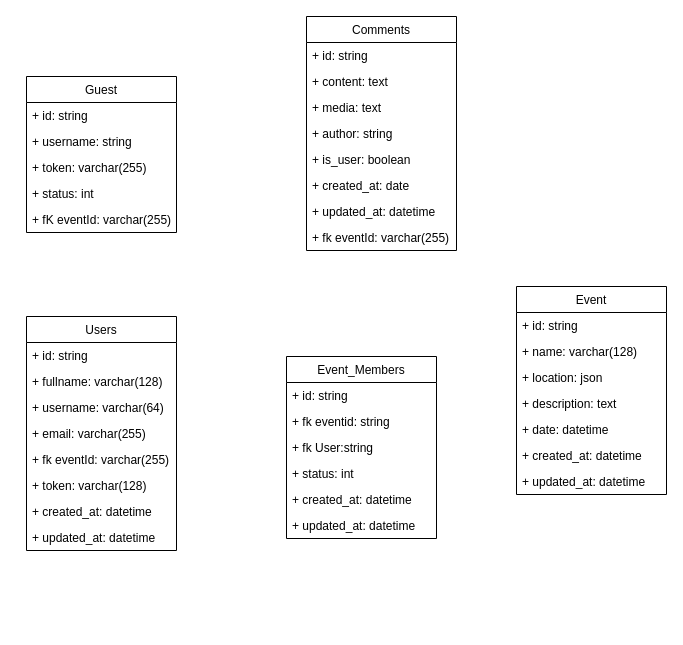
This is mcd.drawio from sebastienklaus/reunionou, a draw.io file, before an edit. Source tidied: cells renumbered, new cells numbered last; positions are measured from the earlier drawing's top-left corner, leaving out a move shared by most shapes. Both pictures are drawn from the tidied source at 100%, with x=0, y=0 at pixel (26, 16).
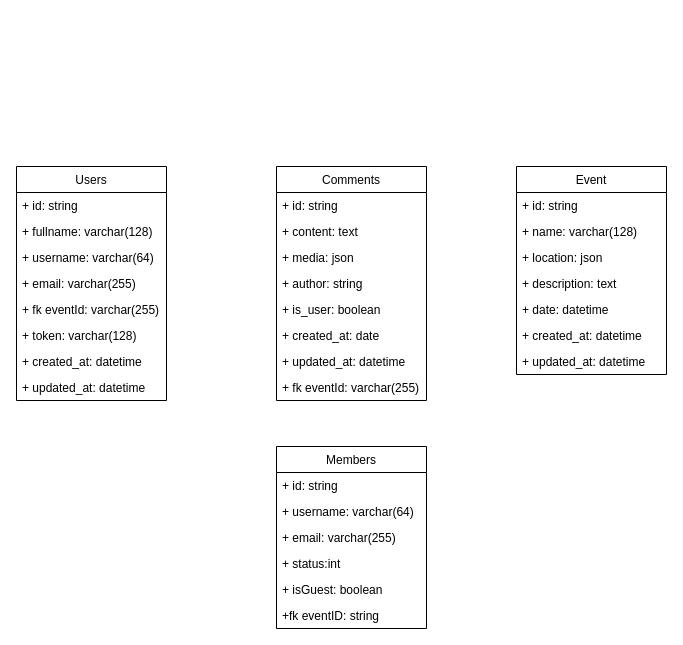
The same page after the edit.

What changed in the source:
```diff
@@
-    <mxCell id="2" value="Guest" style="swimlane;fontStyle=0;horizontal=1;startSize=26;fillColor=none;" parent="1" vertex="1">
-      <mxGeometry y="60" width="150" height="156" as="geometry" />
-    </mxCell>
-    <mxCell id="3" value="+ id: string" style="text;strokeColor=none;fillColor=none;align=left;verticalAlign=top;spacingLeft=4;spacingRight=4;overflow=hidden;" parent="2" vertex="1">
-      <mxGeometry y="26" width="150" height="26" as="geometry" />
-    </mxCell>
-    <mxCell id="4" value="+ username: string" style="text;strokeColor=none;fillColor=none;align=left;verticalAlign=top;spacingLeft=4;spacingRight=4;overflow=hidden;" parent="2" vertex="1">
-      <mxGeometry y="52" width="150" height="26" as="geometry" />
-    </mxCell>
-    <mxCell id="5" value="+ token: varchar(255)" style="text;strokeColor=none;fillColor=none;align=left;verticalAlign=top;spacingLeft=4;spacingRight=4;overflow=hidden;" parent="2" vertex="1">
-      <mxGeometry y="78" width="150" height="26" as="geometry" />
-    </mxCell>
-    <mxCell id="6" value="+ status: int" style="text;strokeColor=none;fillColor=none;align=left;verticalAlign=top;spacingLeft=4;spacingRight=4;overflow=hidden;" parent="2" vertex="1">
-      <mxGeometry y="104" width="150" height="26" as="geometry" />
-    </mxCell>
-    <mxCell id="7" value="+ fK eventId: varchar(255)" style="text;strokeColor=none;fillColor=none;align=left;verticalAlign=top;spacingLeft=4;spacingRight=4;overflow=hidden;" parent="2" vertex="1">
-      <mxGeometry y="130" width="150" height="26" as="geometry" />
-    </mxCell>
     <mxCell id="8" value="Comments" style="swimlane;fontStyle=0;horizontal=1;startSize=26;fillColor=none;" parent="1" vertex="1">
-      <mxGeometry x="280" width="150" height="234" as="geometry" />
+      <mxGeometry x="250" y="150" width="150" height="234" as="geometry" />
     </mxCell>
@@
-    <mxCell id="11" value="+ media: text" style="text;strokeColor=none;fillColor=none;align=left;verticalAlign=top;spacingLeft=4;spacingRight=4;overflow=hidden;" parent="8" vertex="1">
+    <mxCell id="11" value="+ media: json" style="text;strokeColor=none;fillColor=none;align=left;verticalAlign=top;spacingLeft=4;spacingRight=4;overflow=hidden;" parent="8" vertex="1">
       <mxGeometry y="78" width="150" height="26" as="geometry" />
     </mxCell>
@@
     <mxCell id="17" value="Users" style="swimlane;fontStyle=0;horizontal=1;startSize=26;fillColor=none;" parent="1" vertex="1">
-      <mxGeometry y="300" width="150" height="234" as="geometry" />
+      <mxGeometry x="-10" y="150" width="150" height="234" as="geometry" />
     </mxCell>
@@
-    <mxCell id="26" value="Event_Members" style="swimlane;fontStyle=0;horizontal=1;startSize=26;fillColor=none;" parent="1" vertex="1">
-      <mxGeometry x="260" y="340" width="150" height="182" as="geometry" />
-    </mxCell>
-    <mxCell id="27" value="+ id: string" style="text;strokeColor=none;fillColor=none;align=left;verticalAlign=top;spacingLeft=4;spacingRight=4;overflow=hidden;" parent="26" vertex="1">
-      <mxGeometry y="26" width="150" height="26" as="geometry" />
-    </mxCell>
-    <mxCell id="28" value="+ fk eventid: string" style="text;strokeColor=none;fillColor=none;align=left;verticalAlign=top;spacingLeft=4;spacingRight=4;overflow=hidden;" parent="26" vertex="1">
-      <mxGeometry y="52" width="150" height="26" as="geometry" />
-    </mxCell>
-    <mxCell id="29" value="+ fk User:string" style="text;strokeColor=none;fillColor=none;align=left;verticalAlign=top;spacingLeft=4;spacingRight=4;overflow=hidden;" parent="26" vertex="1">
-      <mxGeometry y="78" width="150" height="26" as="geometry" />
-    </mxCell>
-    <mxCell id="30" value="+ status: int" style="text;strokeColor=none;fillColor=none;align=left;verticalAlign=top;spacingLeft=4;spacingRight=4;overflow=hidden;" parent="26" vertex="1">
-      <mxGeometry y="104" width="150" height="26" as="geometry" />
-    </mxCell>
-    <mxCell id="31" value="+ created_at: datetime" style="text;strokeColor=none;fillColor=none;align=left;verticalAlign=top;spacingLeft=4;spacingRight=4;overflow=hidden;" parent="26" vertex="1">
-      <mxGeometry y="130" width="150" height="26" as="geometry" />
-    </mxCell>
-    <mxCell id="32" value="+ updated_at: datetime" style="text;strokeColor=none;fillColor=none;align=left;verticalAlign=top;spacingLeft=4;spacingRight=4;overflow=hidden;" parent="26" vertex="1">
-      <mxGeometry y="156" width="150" height="26" as="geometry" />
-    </mxCell>
     <mxCell id="33" value="Event" style="swimlane;fontStyle=0;horizontal=1;startSize=26;fillColor=none;" parent="1" vertex="1">
-      <mxGeometry x="490" y="270" width="150" height="208" as="geometry" />
+      <mxGeometry x="490" y="150" width="150" height="208" as="geometry" />
     </mxCell>
@@
+    <mxCell id="41" value="Members" style="swimlane;fontStyle=0;horizontal=1;startSize=26;fillColor=none;" parent="1" vertex="1">
+      <mxGeometry x="250" y="430" width="150" height="182" as="geometry" />
+    </mxCell>
+    <mxCell id="42" value="+ id: string" style="text;strokeColor=none;fillColor=none;align=left;verticalAlign=top;spacingLeft=4;spacingRight=4;overflow=hidden;" parent="41" vertex="1">
+      <mxGeometry y="26" width="150" height="26" as="geometry" />
+    </mxCell>
+    <mxCell id="43" value="+ username: varchar(64)" style="text;strokeColor=none;fillColor=none;align=left;verticalAlign=top;spacingLeft=4;spacingRight=4;overflow=hidden;" parent="41" vertex="1">
+      <mxGeometry y="52" width="150" height="26" as="geometry" />
+    </mxCell>
+    <mxCell id="44" value="+ email: varchar(255)" style="text;strokeColor=none;fillColor=none;align=left;verticalAlign=top;spacingLeft=4;spacingRight=4;overflow=hidden;" parent="41" vertex="1">
+      <mxGeometry y="78" width="150" height="26" as="geometry" />
+    </mxCell>
+    <mxCell id="45" value="+ status:int" style="text;strokeColor=none;fillColor=none;align=left;verticalAlign=top;spacingLeft=4;spacingRight=4;overflow=hidden;" parent="41" vertex="1">
+      <mxGeometry y="104" width="150" height="26" as="geometry" />
+    </mxCell>
+    <mxCell id="46" value="+ isGuest: boolean" style="text;strokeColor=none;fillColor=none;align=left;verticalAlign=top;spacingLeft=4;spacingRight=4;overflow=hidden;" parent="41" vertex="1">
+      <mxGeometry y="130" width="150" height="26" as="geometry" />
+    </mxCell>
+    <mxCell id="47" value="+fk eventID: string" style="text;strokeColor=none;fillColor=none;align=left;verticalAlign=top;spacingLeft=4;spacingRight=4;overflow=hidden;" parent="41" vertex="1">
+      <mxGeometry y="156" width="150" height="26" as="geometry" />
+    </mxCell>
```
